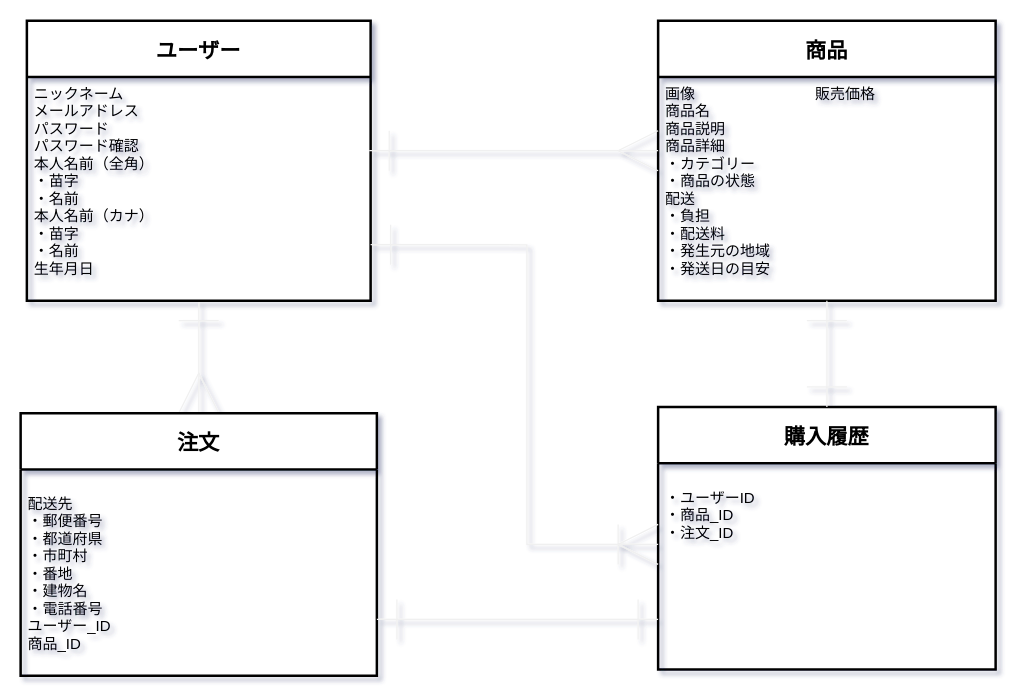
Before: ER.dio in tsuji-t/furima-34503, a draw.io diagram. Source tidied: cells renumbered, new cells numbered last; positions are measured from the earlier drawing's top-left corner, leaving out a move shared by most shapes. Both pictures are drawn from the tidied source at 125%, with x=0, y=0 at pixel (20, 20).
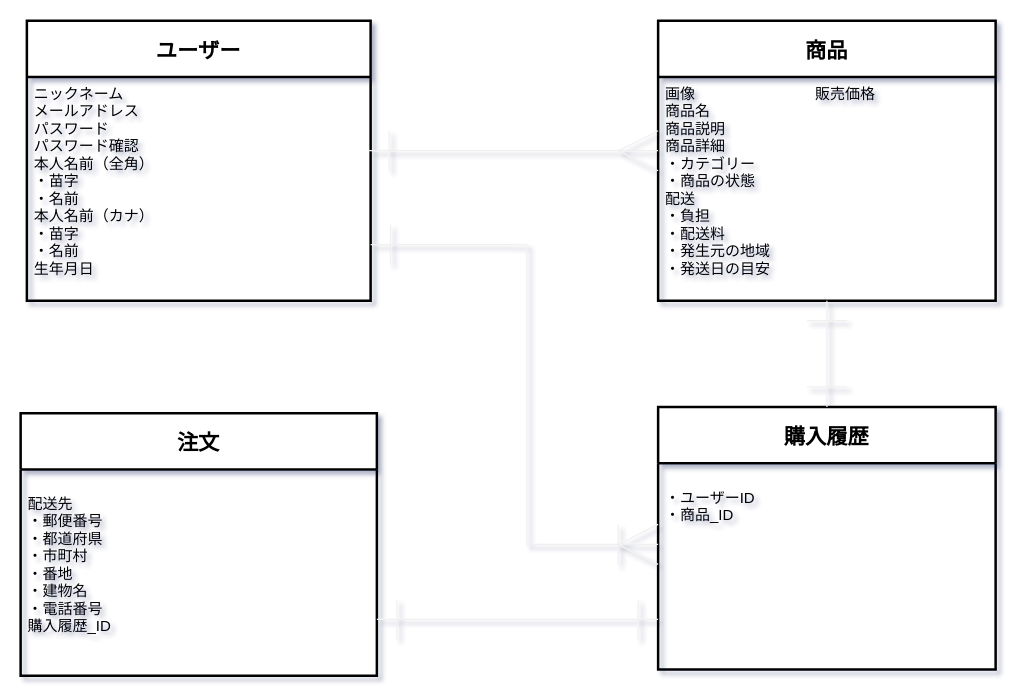
Above is the later version.

Commit message (it also covers changes not shown here):
データベース修正4

The edit, as a diff of the source:
```diff
@@
 <mxGraphModel shadow="1">
   <root>
     <mxCell id="0" />
     <mxCell id="1" parent="0" />
-    <mxCell id="2" style="edgeStyle=orthogonalEdgeStyle;rounded=0;jettySize=auto;html=1;startArrow=ERone;startFill=0;startSize=30;sourcePerimeterSpacing=20;endArrow=ERmany;endFill=0;endSize=30;targetPerimeterSpacing=20;strokeColor=#f0f0f0;strokeWidth=1;fontSize=12;entryX=0.5;entryY=0;entryDx=0;entryDy=0;exitX=0.5;exitY=1;exitDx=0;exitDy=0;" parent="1" edge="1" source="4" target="5">
-      <mxGeometry relative="1" as="geometry" />
-    </mxCell>
     <mxCell id="3" value="ユーザー" style="swimlane;horizontal=1;startSize=45;fontSize=17;fontStyle=1;strokeWidth=2;shadow=0;dashed=0;align=center;arcSize=0;" parent="1" vertex="1">
       <mxGeometry x="5" width="275" height="224" as="geometry" />
     </mxCell>
     <mxCell id="4" value="ニックネーム　　　　　&#10;メールアドレス　　　　&#10;パスワード　　　　　　&#10;パスワード確認&#10;本人名前（全角）&#10;・苗字&#10;・名前&#10;本人名前（カナ）&#10;・苗字&#10;・名前&#10;生年月日" style="align=left;strokeColor=none;fillColor=none;spacingLeft=4;fontSize=12;verticalAlign=top;fontStyle=0;" parent="3" vertex="1">
       <mxGeometry y="45" width="275" height="179" as="geometry" />
     </mxCell>
     <mxCell id="5" value="注文" style="swimlane;horizontal=1;startSize=45;fontSize=17;fontStyle=1;strokeWidth=2;shadow=0;dashed=0;align=center;arcSize=0;" parent="1" vertex="1">
       <mxGeometry y="314" width="285" height="210" as="geometry" />
     </mxCell>
-    <mxCell id="6" value="&#10;配送先&#10;・郵便番号&#10;・都道府県&#10;・市町村&#10;・番地&#10;・建物名&#10;・電話番号&#10;ユーザー_ID&#10;商品_ID&#10;" style="align=left;strokeColor=none;fillColor=none;spacingLeft=4;fontSize=12;verticalAlign=top;fontStyle=0;horizontal=1;" parent="5" vertex="1">
+    <mxCell id="6" value="&#10;配送先&#10;・郵便番号&#10;・都道府県&#10;・市町村&#10;・番地&#10;・建物名&#10;・電話番号&#10;購入履歴_ID&#10;" style="align=left;strokeColor=none;fillColor=none;spacingLeft=4;fontSize=12;verticalAlign=top;fontStyle=0;horizontal=1;" parent="5" vertex="1">
       <mxGeometry y="45" width="285" height="165" as="geometry" />
     </mxCell>
     <mxCell id="7" value="商品" style="swimlane;horizontal=1;startSize=45;fontSize=17;fontStyle=1;strokeWidth=2;shadow=0;dashed=0;align=center;arcSize=0;noLabel=0;" parent="1" vertex="1">
       <mxGeometry x="510" width="270" height="224" as="geometry" />
     </mxCell>
     <mxCell id="8" value="画像　　　　　　　　販売価格&#10;商品名&#10;商品説明&#10;商品詳細&#10;・カテゴリー&#10;・商品の状態&#10;配送&#10;・負担&#10;・配送料&#10;・発生元の地域&#10;・発送日の目安&#10;" style="align=left;strokeColor=none;fillColor=none;spacingLeft=4;fontSize=12;verticalAlign=top;fontStyle=0;" parent="7" vertex="1">
       <mxGeometry y="45" width="270" height="179" as="geometry" />
     </mxCell>
     <mxCell id="9" style="edgeStyle=orthogonalEdgeStyle;rounded=0;jettySize=auto;html=1;exitX=0.996;exitY=0.33;exitDx=0;exitDy=0;startArrow=ERone;startFill=0;startSize=30;sourcePerimeterSpacing=20;endArrow=ERmany;endFill=0;endSize=30;targetPerimeterSpacing=20;strokeColor=#f0f0f0;strokeWidth=1;fontSize=12;entryX=0;entryY=0.33;entryDx=0;entryDy=0;exitPerimeter=0;entryPerimeter=0;" parent="1" edge="1" source="4" target="8">
       <mxGeometry relative="1" as="geometry" />
     </mxCell>
     <mxCell id="10" value="購入履歴" style="swimlane;horizontal=1;startSize=45;fontSize=17;fontStyle=1;strokeWidth=2;shadow=0;dashed=0;align=center;arcSize=0;" parent="1" vertex="1">
       <mxGeometry x="510" y="309" width="270" height="210" as="geometry" />
     </mxCell>
-    <mxCell id="11" value="&#10;・ユーザーID&#10;・商品_ID&#10;・注文_ID" style="align=left;strokeColor=none;fillColor=none;spacingLeft=4;fontSize=12;verticalAlign=top;fontStyle=0;horizontal=1;" parent="10" vertex="1">
+    <mxCell id="11" value="&#10;・ユーザーID&#10;・商品_ID&#10;" style="align=left;strokeColor=none;fillColor=none;spacingLeft=4;fontSize=12;verticalAlign=top;fontStyle=0;horizontal=1;" parent="10" vertex="1">
       <mxGeometry y="45" width="270" height="165" as="geometry" />
     </mxCell>
     <mxCell id="12" style="edgeStyle=orthogonalEdgeStyle;rounded=0;orthogonalLoop=1;jettySize=auto;html=1;startArrow=ERone;startFill=0;startSize=30;sourcePerimeterSpacing=20;endArrow=ERone;endFill=0;endSize=30;targetPerimeterSpacing=20;strokeColor=#f0f0f0;strokeWidth=1;fontSize=12;" parent="1" edge="1">
       <mxGeometry relative="1" as="geometry">
         <mxPoint x="285" y="479" as="sourcePoint" />
         <mxPoint x="510" y="479" as="targetPoint" />
         <Array as="points">
           <mxPoint x="285" y="479" />
           <mxPoint x="510" y="479" />
         </Array>
       </mxGeometry>
     </mxCell>
     <mxCell id="13" style="edgeStyle=orthogonalEdgeStyle;rounded=0;jettySize=auto;html=1;startArrow=ERone;startFill=0;startSize=30;sourcePerimeterSpacing=20;endArrow=ERone;endFill=0;endSize=30;targetPerimeterSpacing=20;strokeColor=#f0f0f0;strokeWidth=1;fontSize=12;exitX=0.5;exitY=1;exitDx=0;exitDy=0;entryX=0.5;entryY=0;entryDx=0;entryDy=0;" parent="1" edge="1" source="8" target="10">
       <mxGeometry relative="1" as="geometry" />
     </mxCell>
     <mxCell id="14" style="edgeStyle=orthogonalEdgeStyle;rounded=0;jettySize=auto;html=1;exitX=1;exitY=0.75;exitDx=0;exitDy=0;startArrow=ERone;startFill=0;startSize=30;sourcePerimeterSpacing=20;endArrow=ERoneToMany;endFill=0;endSize=30;targetPerimeterSpacing=20;strokeColor=#f0f0f0;strokeWidth=1;fontSize=12;" parent="1" edge="1" source="4">
       <mxGeometry relative="1" as="geometry">
         <mxPoint x="510" y="419" as="targetPoint" />
         <Array as="points">
           <mxPoint x="405" y="179" />
           <mxPoint x="405" y="419" />
           <mxPoint x="510" y="419" />
         </Array>
       </mxGeometry>
     </mxCell>
   </root>
 </mxGraphModel>
```
